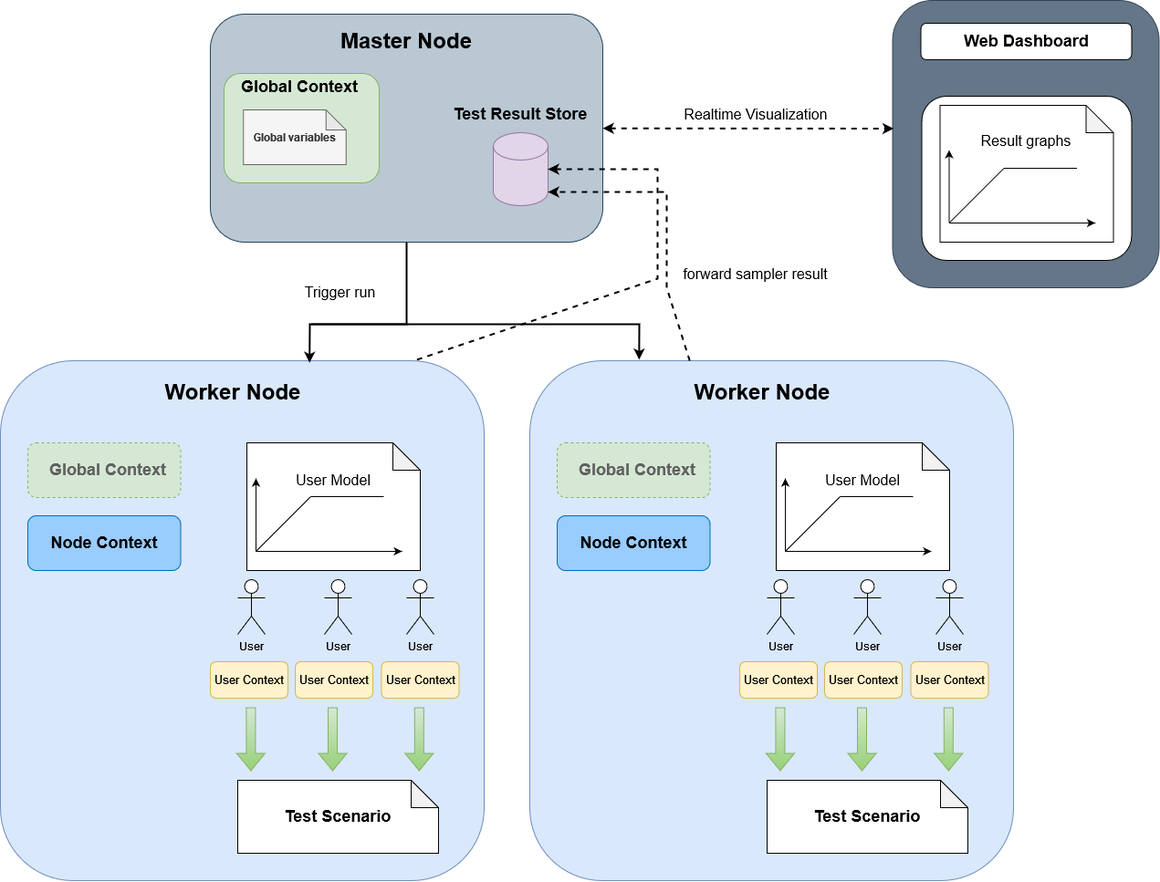
Above: images/Rameter Components.png in airicyu/rameter (draw.io), before the change. Source tidied: cells renumbered, new cells last; positions are measured from the earlier drawing's top-left corner, leaving out a move shared by most shapes.
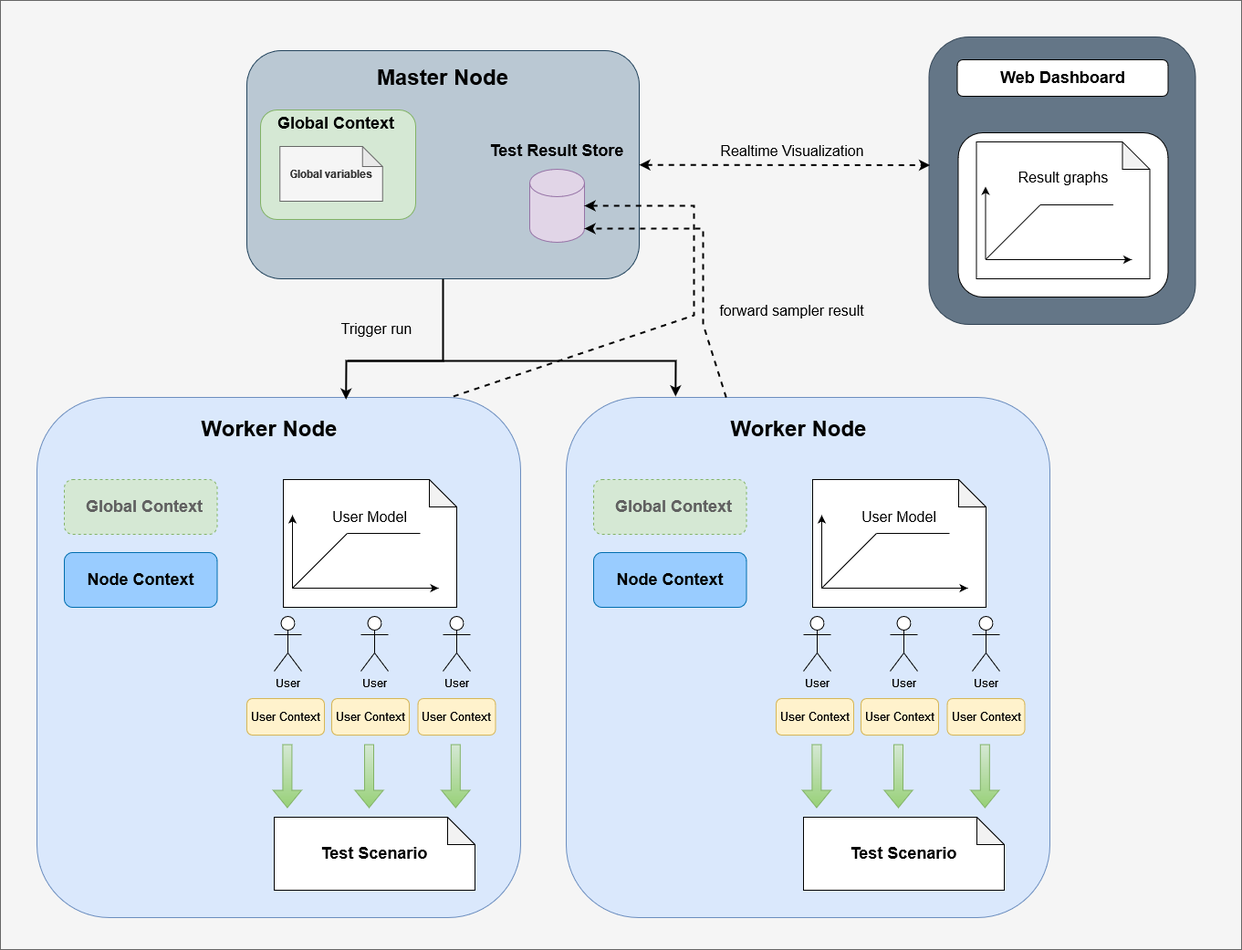
The same diagram one commit later.

Diff of the diagram source:
```diff
@@ -2,6 +2,9 @@
   <root>
     <mxCell id="0" />
     <mxCell id="1" parent="0" />
+    <mxCell id="73" style="rounded=0;whiteSpace=wrap;html=1;fillColor=#f5f5f5;fontColor=#333333;strokeColor=#666666;" parent="1" vertex="1">
+      <mxGeometry x="-40" y="-40" width="1360" height="1040" as="geometry" />
+    </mxCell>
     <mxCell id="2" style="rounded=1;whiteSpace=wrap;html=1;fillColor=#bac8d3;strokeColor=#23445d;" parent="1" vertex="1">
       <mxGeometry x="230" y="15" width="430" height="250" as="geometry" />
     </mxCell>
```
